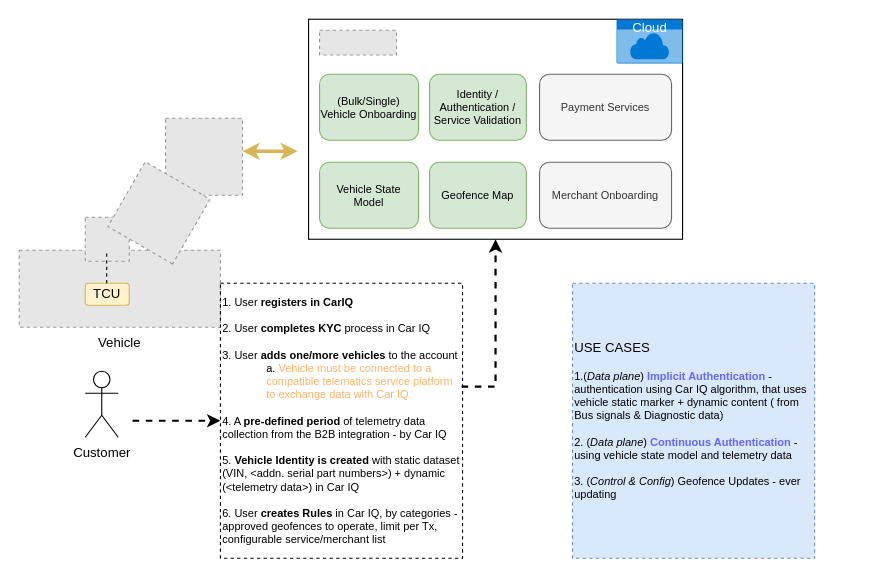
The draw.io diagram src/main/resources/Untitled Diagram.drawio in subhachat/CodeKata, before the edit. Source tidied: cells renumbered, new cells numbered last; positions are measured from the earlier drawing's top-left corner, leaving out a move shared by most shapes. Both pictures are drawn from the tidied source at 110%, with x=0, y=0 at pixel (19, 19). Pictures stored in the file or linked from it are replaced by grey dashed boxes.
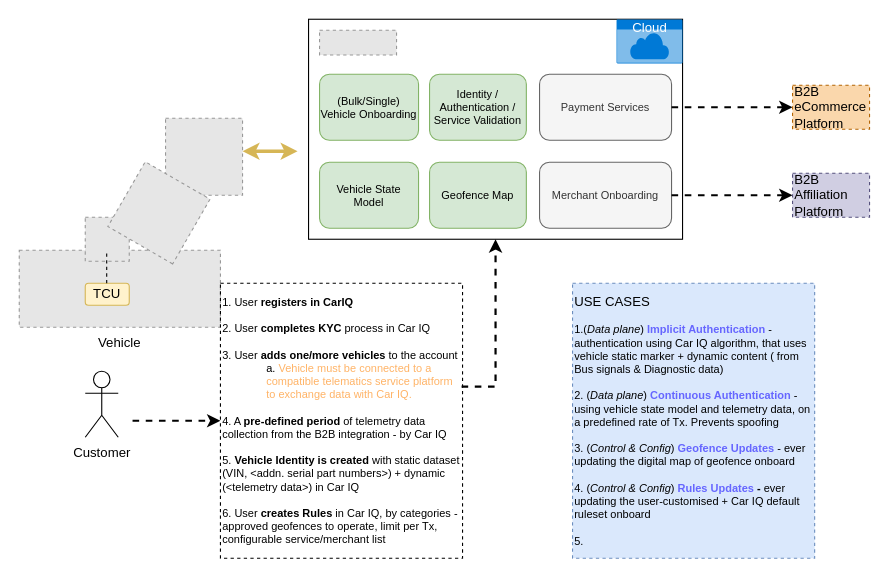
The same diagram, later.

Unchanged cells that the change refers to:
```xml
<mxCell id="14" value="&lt;div&gt;Payment Services&lt;/div&gt;" style="rounded=1;whiteSpace=wrap;html=1;fontSize=10;fillColor=#f5f5f5;strokeColor=#666666;fontColor=#333333;" parent="1" vertex="1">
  <mxGeometry x="473" y="50" width="120" height="60" as="geometry" />
</mxCell>
```

The edit, as a diff of the source:
```diff
@@
-    <mxCell id="21" value="&lt;font style=&quot;font-size: 12px&quot;&gt;USE CASES&lt;/font&gt;&lt;br&gt;&lt;br&gt;1.(&lt;i&gt;Data plane&lt;/i&gt;)&amp;nbsp;&lt;b&gt;&lt;font color=&quot;#6666ff&quot;&gt;Implicit Authentication&lt;/font&gt;&lt;/b&gt; - authentication using Car IQ algorithm, that uses vehicle static marker + dynamic content ( from Bus signals &amp;amp; Diagnostic data)&lt;br&gt;&lt;br&gt;2. (&lt;i&gt;Data plane&lt;/i&gt;)&amp;nbsp;&lt;font color=&quot;#6666ff&quot;&gt;&lt;b&gt;Continuous Authentication&lt;/b&gt;&lt;/font&gt; - using vehicle state model and telemetry data&lt;br&gt;&lt;br&gt;3. (&lt;i&gt;Control &amp;amp; Config&lt;/i&gt;) Geofence Updates - ever updating" style="text;html=1;strokeColor=#6c8ebf;fillColor=#dae8fc;align=left;verticalAlign=middle;whiteSpace=wrap;rounded=0;fontSize=10;dashed=1;" parent="1" vertex="1">
+    <mxCell id="21" value="&lt;font style=&quot;font-size: 12px&quot;&gt;USE CASES&lt;/font&gt;&lt;br&gt;&lt;br&gt;1.(&lt;i&gt;Data plane&lt;/i&gt;)&amp;nbsp;&lt;b&gt;&lt;font color=&quot;#6666ff&quot;&gt;Implicit Authentication&lt;/font&gt;&lt;/b&gt; - authentication using Car IQ algorithm, that uses vehicle static marker + dynamic content ( from Bus signals &amp;amp; Diagnostic data)&lt;br&gt;&lt;br&gt;2. (&lt;i&gt;Data plane&lt;/i&gt;)&amp;nbsp;&lt;font color=&quot;#6666ff&quot;&gt;&lt;b&gt;Continuous Authentication&lt;/b&gt;&lt;/font&gt; - using vehicle state model and telemetry data, on a predefined rate of Tx. Prevents spoofing&lt;br&gt;&lt;br&gt;3. (&lt;i&gt;Control &amp;amp; Config&lt;/i&gt;) &lt;b&gt;&lt;font color=&quot;#6666ff&quot;&gt;Geofence Updates&lt;/font&gt;&lt;/b&gt; - ever updating the digital map of geofence onboard&lt;br&gt;&lt;br&gt;4. (&lt;i&gt;Control &amp;amp; Config&lt;/i&gt;) &lt;b&gt;&lt;font color=&quot;#6666ff&quot;&gt;Rules Updates&lt;/font&gt; -&amp;nbsp;&lt;/b&gt;ever updating the user-customised + Car IQ default ruleset onboard&lt;br&gt;&lt;br&gt;5.&amp;nbsp;" style="text;html=1;strokeColor=#6c8ebf;fillColor=#dae8fc;align=left;verticalAlign=middle;whiteSpace=wrap;rounded=0;fontSize=10;dashed=1;" parent="1" vertex="1">
       <mxGeometry x="503" y="240" width="220.1" height="250" as="geometry" />
     </mxCell>
@@
+    <mxCell id="23" style="edgeStyle=segmentEdgeStyle;endArrow=classic;html=1;rounded=0;dashed=1;fontSize=12;fontColor=#6666FF;strokeWidth=2;exitX=1;exitY=0.5;exitDx=0;exitDy=0;" parent="1" edge="1" source="14">
+      <mxGeometry relative="1" as="geometry">
+        <mxPoint x="703" y="80" as="targetPoint" />
+      </mxGeometry>
+    </mxCell>
+    <mxCell id="24" style="edgeStyle=segmentEdgeStyle;endArrow=classic;html=1;rounded=0;dashed=1;fontSize=12;fontColor=#6666FF;strokeWidth=2;exitX=1;exitY=0.5;exitDx=0;exitDy=0;" parent="1" edge="1">
+      <mxGeometry relative="1" as="geometry">
+        <mxPoint x="593" y="160" as="sourcePoint" />
+        <mxPoint x="703" y="160" as="targetPoint" />
+      </mxGeometry>
+    </mxCell>
+    <mxCell id="25" value="B2B eCommerce Platform" style="rounded=0;whiteSpace=wrap;html=1;dashed=1;fontSize=12;strokeColor=#b46504;align=left;fillColor=#fad7ac;" parent="1" vertex="1">
+      <mxGeometry x="703" y="60" width="70" height="40" as="geometry" />
+    </mxCell>
+    <mxCell id="26" value="B2B Affiliation Platform" style="rounded=0;whiteSpace=wrap;html=1;dashed=1;fontSize=12;strokeColor=#56517e;align=left;fillColor=#d0cee2;" parent="1" vertex="1">
+      <mxGeometry x="703" y="140" width="70" height="40" as="geometry" />
+    </mxCell>
```
